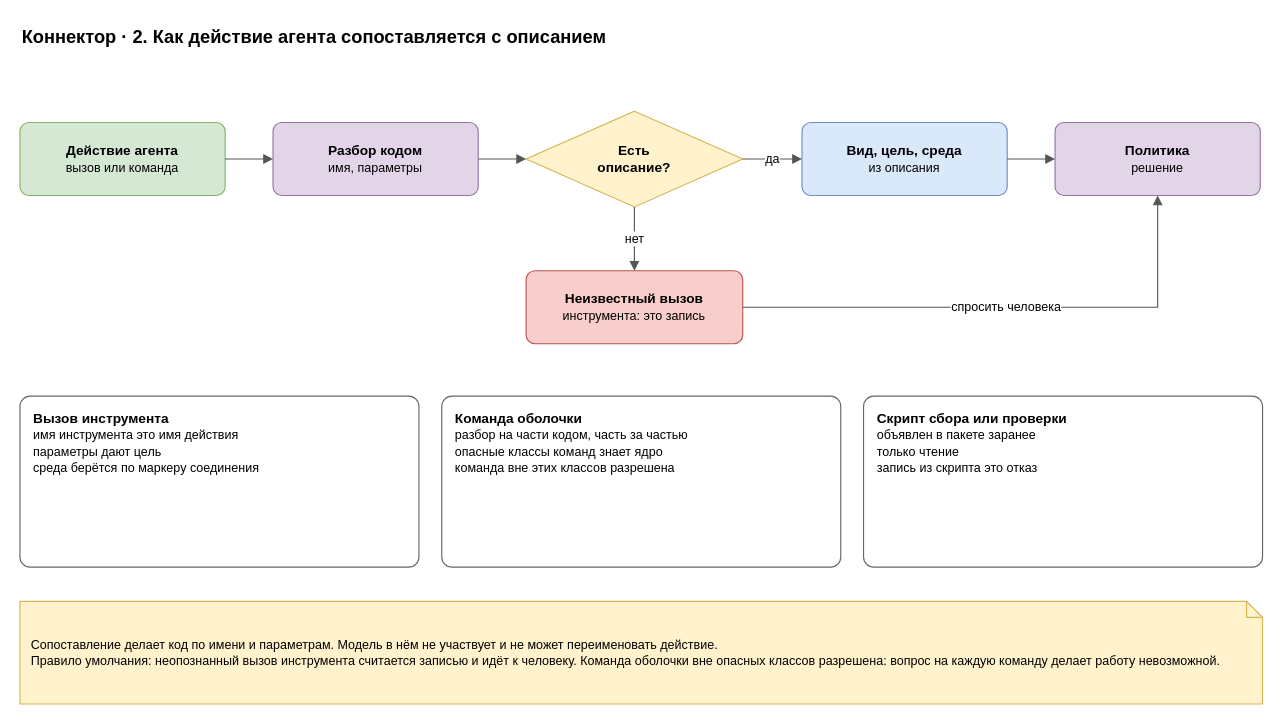
Earlier version of the draw.io diagram page "2. Сопоставление" (2 of 6) of docs/spec/harness-connector.drawio (roygkov/reins). Source tidied: cells renumbered, new cells numbered last; positions are measured from the earlier drawing's top-left corner, leaving out a move shared by most shapes. Both pictures are drawn from the tidied source at 114%, with x=0, y=0 at pixel (19, 19).
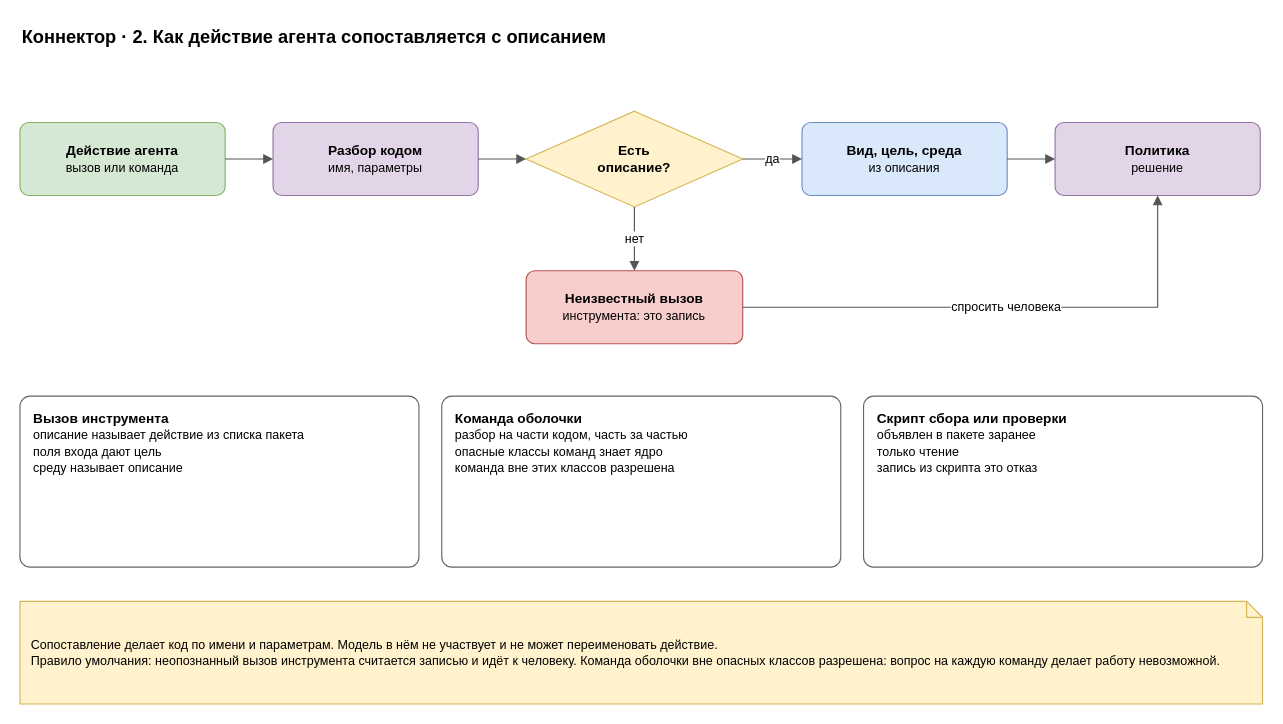
The same diagram, later.

What changed in the source:
```diff
@@
-    <mxCell id="15" value="&lt;b&gt;Вызов инструмента&lt;/b&gt;&lt;br&gt;&lt;font style=&quot;font-size:11px&quot;&gt;имя инструмента это имя действия&lt;br&gt;параметры дают цель&lt;br&gt;среда берётся по маркеру соединения&lt;/font&gt;" style="rounded=1;whiteSpace=wrap;html=1;fillColor=#ffffff;strokeColor=#666666;arcSize=6;align=left;verticalAlign=top;spacingLeft=10;spacingTop=6;spacingRight=6;" parent="1" vertex="1">
+    <mxCell id="15" value="&lt;b&gt;Вызов инструмента&lt;/b&gt;&lt;br&gt;&lt;font style=&quot;font-size:11px&quot;&gt;описание называет действие из списка пакета&lt;br&gt;поля входа дают цель&lt;br&gt;среду называет описание&lt;/font&gt;" style="rounded=1;whiteSpace=wrap;html=1;fillColor=#ffffff;strokeColor=#666666;arcSize=6;align=left;verticalAlign=top;spacingLeft=10;spacingTop=6;spacingRight=6;" parent="1" vertex="1">
       <mxGeometry y="330" width="350" height="150" as="geometry" />
     </mxCell>
```
